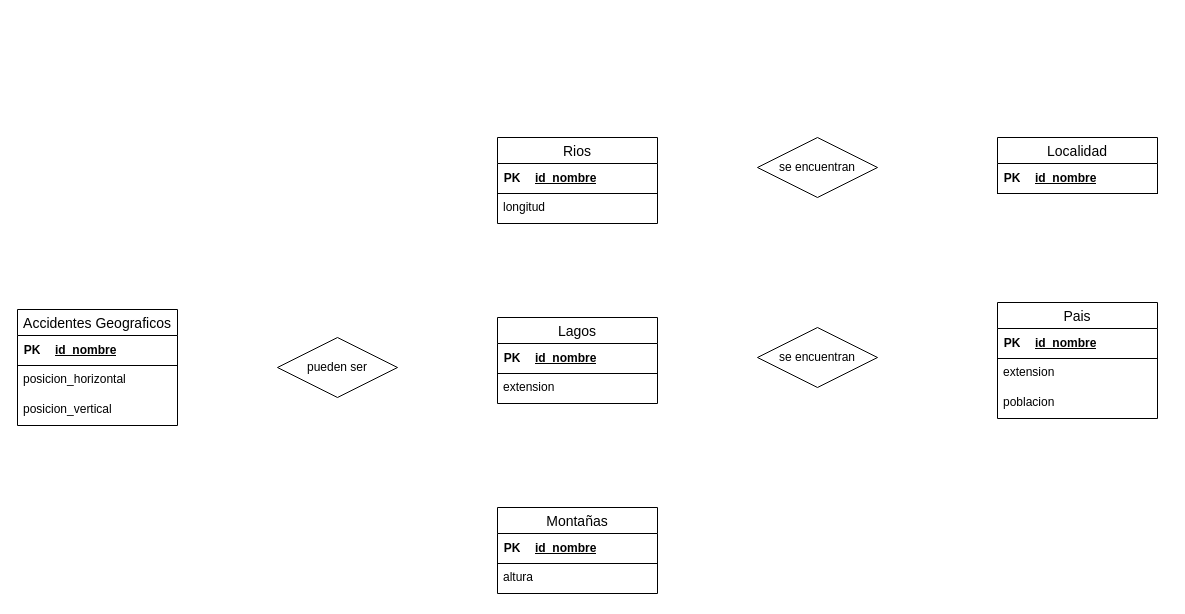
Before: Exercici 11.drawio in Daninuro/diagrames-cvf-dn-mpl-n-11102023, a draw.io diagram. Source tidied: cells renumbered, new cells numbered last; positions are measured from the earlier drawing's top-left corner, leaving out a move shared by most shapes. Both pictures are drawn from the tidied source at 100%, with x=0, y=0 at pixel (17, 137).
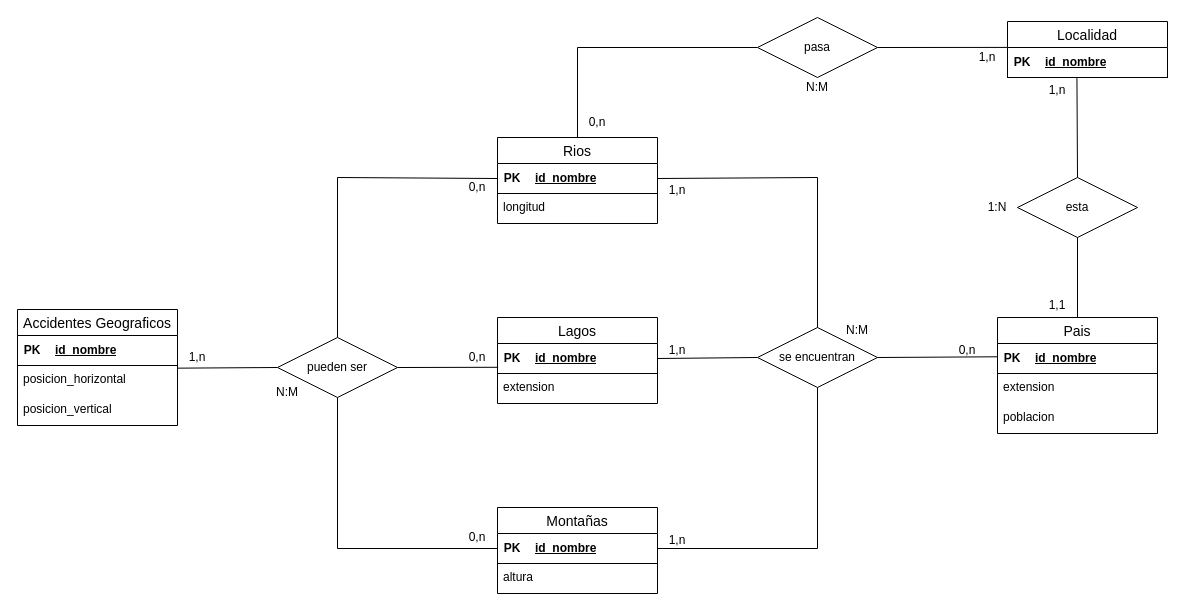
Above is the later version.

Unchanged cells that the change refers to:
```xml
<mxCell id="7" value="posicion_horizontal" style="text;strokeColor=none;fillColor=none;spacingLeft=4;spacingRight=4;overflow=hidden;points=[[0,0.5],[1,0.5]];portConstraint=eastwest;fontSize=12;whiteSpace=wrap;html=1;" parent="2" vertex="1">
  <mxGeometry y="56" width="160" height="30" as="geometry" />
</mxCell>
<mxCell id="9" value="Rios" style="swimlane;fontStyle=0;horizontal=1;startSize=26;align=center;fontSize=14;" parent="1" vertex="1">
  <mxGeometry x="480" width="160" height="86" as="geometry" />
</mxCell>
<mxCell id="11" style="shape=tableRow;horizontal=0;startSize=0;swimlaneHead=0;swimlaneBody=0;fillColor=none;points=[[0,0.5],[1,0.5]];portConstraint=eastwest;top=0;left=0;right=0;bottom=1;" parent="10" vertex="1">
  <mxGeometry width="160" height="30" as="geometry" />
</mxCell>
<mxCell id="17" style="shape=tableRow;horizontal=0;startSize=0;swimlaneHead=0;swimlaneBody=0;fillColor=none;points=[[0,0.5],[1,0.5]];portConstraint=eastwest;top=0;left=0;right=0;bottom=1;" parent="16" vertex="1">
  <mxGeometry width="160" height="30" as="geometry" />
</mxCell>
<mxCell id="23" style="shape=tableRow;horizontal=0;startSize=0;swimlaneHead=0;swimlaneBody=0;fillColor=none;points=[[0,0.5],[1,0.5]];portConstraint=eastwest;top=0;left=0;right=0;bottom=1;" parent="22" vertex="1">
  <mxGeometry width="160" height="30" as="geometry" />
</mxCell>
<mxCell id="29" style="shape=tableRow;horizontal=0;startSize=0;swimlaneHead=0;swimlaneBody=0;fillColor=none;points=[[0,0.5],[1,0.5]];portConstraint=eastwest;top=0;left=0;right=0;bottom=1;" parent="28" vertex="1">
  <mxGeometry width="160" height="30" as="geometry" />
</mxCell>
<mxCell id="36" style="shape=tableRow;horizontal=0;startSize=0;swimlaneHead=0;swimlaneBody=0;fillColor=none;points=[[0,0.5],[1,0.5]];portConstraint=eastwest;top=0;left=0;right=0;bottom=1;" parent="35" vertex="1">
  <mxGeometry width="160" height="30" as="geometry" />
</mxCell>
<mxCell id="39" value="pueden ser" style="shape=rhombus;perimeter=rhombusPerimeter;whiteSpace=wrap;html=1;align=center;" parent="1" vertex="1">
  <mxGeometry x="260" y="200" width="120" height="60" as="geometry" />
</mxCell>
<mxCell id="40" value="se encuentran" style="shape=rhombus;perimeter=rhombusPerimeter;whiteSpace=wrap;html=1;align=center;" parent="1" vertex="1">
  <mxGeometry x="740" y="190" width="120" height="60" as="geometry" />
</mxCell>
```

The edit, as a diff of the source:
```diff
@@
     <mxCell id="27" value="Pais" style="swimlane;fontStyle=0;horizontal=1;startSize=26;align=center;fontSize=14;" parent="1" vertex="1">
-      <mxGeometry x="980" y="165" width="160" height="116" as="geometry" />
+      <mxGeometry x="980" y="180" width="160" height="116" as="geometry" />
     </mxCell>
@@
     <mxCell id="34" value="Localidad" style="swimlane;fontStyle=0;horizontal=1;startSize=26;align=center;fontSize=14;" parent="1" vertex="1">
-      <mxGeometry x="980" width="160" height="56" as="geometry" />
+      <mxGeometry x="990" y="-116" width="160" height="56" as="geometry" />
     </mxCell>
@@
-    <mxCell id="41" value="se encuentran" style="shape=rhombus;perimeter=rhombusPerimeter;whiteSpace=wrap;html=1;align=center;" parent="1" vertex="1">
-      <mxGeometry x="740" width="120" height="60" as="geometry" />
+    <mxCell id="41" value="pasa" style="shape=rhombus;perimeter=rhombusPerimeter;whiteSpace=wrap;html=1;align=center;" parent="1" vertex="1">
+      <mxGeometry x="740" y="-120" width="120" height="60" as="geometry" />
     </mxCell>
+    <mxCell id="42" style="endArrow=none;html=1;rounded=0;entryX=0.999;entryY=0.089;entryDx=0;entryDy=0;exitX=0;exitY=0.5;exitDx=0;exitDy=0;entryPerimeter=0;" parent="1" edge="1" source="39" target="7">
+      <mxGeometry relative="1" as="geometry" />
+    </mxCell>
+    <mxCell id="43" style="endArrow=none;html=1;rounded=0;exitX=1;exitY=0.5;exitDx=0;exitDy=0;entryX=0.004;entryY=0.793;entryDx=0;entryDy=0;entryPerimeter=0;" parent="1" edge="1" source="39" target="17">
+      <mxGeometry relative="1" as="geometry" />
+    </mxCell>
+    <mxCell id="44" style="endArrow=none;html=1;rounded=0;exitX=0;exitY=0.5;exitDx=0;exitDy=0;entryX=1;entryY=0.5;entryDx=0;entryDy=0;" parent="1" edge="1" source="40" target="17">
+      <mxGeometry relative="1" as="geometry" />
+    </mxCell>
+    <mxCell id="45" style="endArrow=none;html=1;rounded=0;exitX=0.5;exitY=1;exitDx=0;exitDy=0;entryX=1;entryY=0.5;entryDx=0;entryDy=0;" parent="1" edge="1" source="40" target="23">
+      <mxGeometry relative="1" as="geometry">
+        <Array as="points">
+          <mxPoint x="800" y="411" />
+        </Array>
+      </mxGeometry>
+    </mxCell>
+    <mxCell id="46" style="endArrow=none;html=1;rounded=0;exitX=0.5;exitY=0;exitDx=0;exitDy=0;entryX=1;entryY=0.5;entryDx=0;entryDy=0;" parent="1" edge="1" source="40" target="11">
+      <mxGeometry relative="1" as="geometry">
+        <Array as="points">
+          <mxPoint x="800" y="40" />
+        </Array>
+      </mxGeometry>
+    </mxCell>
+    <mxCell id="47" style="endArrow=none;html=1;rounded=0;entryX=-0.001;entryY=0.443;entryDx=0;entryDy=0;exitX=1;exitY=0.5;exitDx=0;exitDy=0;entryPerimeter=0;" parent="1" edge="1" source="40" target="29">
+      <mxGeometry relative="1" as="geometry" />
+    </mxCell>
+    <mxCell id="48" value="esta" style="shape=rhombus;perimeter=rhombusPerimeter;whiteSpace=wrap;html=1;align=center;" parent="1" vertex="1">
+      <mxGeometry x="1000" y="40" width="120" height="60" as="geometry" />
+    </mxCell>
+    <mxCell id="49" style="endArrow=none;html=1;rounded=0;entryX=0.5;entryY=0;entryDx=0;entryDy=0;exitX=0.434;exitY=1.021;exitDx=0;exitDy=0;exitPerimeter=0;" parent="1" edge="1" source="36" target="48">
+      <mxGeometry relative="1" as="geometry" />
+    </mxCell>
+    <mxCell id="50" style="endArrow=none;html=1;rounded=0;entryX=0.5;entryY=0;entryDx=0;entryDy=0;exitX=0.5;exitY=1;exitDx=0;exitDy=0;" parent="1" edge="1" source="48" target="27">
+      <mxGeometry relative="1" as="geometry" />
+    </mxCell>
+    <mxCell id="51" value="1,n" style="text;html=1;strokeColor=none;fillColor=none;align=center;verticalAlign=middle;whiteSpace=wrap;rounded=0;" parent="1" vertex="1">
+      <mxGeometry x="150" y="205" width="60" height="30" as="geometry" />
+    </mxCell>
+    <mxCell id="52" value="N:M" style="text;html=1;strokeColor=none;fillColor=none;align=center;verticalAlign=middle;whiteSpace=wrap;rounded=0;" parent="1" vertex="1">
+      <mxGeometry x="240" y="240" width="60" height="30" as="geometry" />
+    </mxCell>
+    <mxCell id="53" value="0,n" style="text;html=1;strokeColor=none;fillColor=none;align=center;verticalAlign=middle;whiteSpace=wrap;rounded=0;" parent="1" vertex="1">
+      <mxGeometry x="430" y="205" width="60" height="30" as="geometry" />
+    </mxCell>
+    <mxCell id="54" value="1,n" style="text;html=1;strokeColor=none;fillColor=none;align=center;verticalAlign=middle;whiteSpace=wrap;rounded=0;" parent="1" vertex="1">
+      <mxGeometry x="630" y="40" width="60" height="25" as="geometry" />
+    </mxCell>
+    <mxCell id="55" value="1,n" style="text;html=1;strokeColor=none;fillColor=none;align=center;verticalAlign=middle;whiteSpace=wrap;rounded=0;" parent="1" vertex="1">
+      <mxGeometry x="630" y="200" width="60" height="25" as="geometry" />
+    </mxCell>
+    <mxCell id="56" value="1,n" style="text;html=1;strokeColor=none;fillColor=none;align=center;verticalAlign=middle;whiteSpace=wrap;rounded=0;" parent="1" vertex="1">
+      <mxGeometry x="630" y="390" width="60" height="25" as="geometry" />
+    </mxCell>
+    <mxCell id="57" value="0,n" style="text;html=1;strokeColor=none;fillColor=none;align=center;verticalAlign=middle;whiteSpace=wrap;rounded=0;" parent="1" vertex="1">
+      <mxGeometry x="920" y="200" width="60" height="25" as="geometry" />
+    </mxCell>
+    <mxCell id="58" value="1,n" style="text;html=1;strokeColor=none;fillColor=none;align=center;verticalAlign=middle;whiteSpace=wrap;rounded=0;" parent="1" vertex="1">
+      <mxGeometry x="1010" y="-60" width="60" height="25" as="geometry" />
+    </mxCell>
+    <mxCell id="59" value="1:N" style="text;html=1;strokeColor=none;fillColor=none;align=center;verticalAlign=middle;whiteSpace=wrap;rounded=0;" parent="1" vertex="1">
+      <mxGeometry x="950" y="57.5" width="60" height="25" as="geometry" />
+    </mxCell>
+    <mxCell id="60" value="1,1" style="text;html=1;strokeColor=none;fillColor=none;align=center;verticalAlign=middle;whiteSpace=wrap;rounded=0;" parent="1" vertex="1">
+      <mxGeometry x="1010" y="155" width="60" height="25" as="geometry" />
+    </mxCell>
+    <mxCell id="61" value="N:M" style="text;html=1;strokeColor=none;fillColor=none;align=center;verticalAlign=middle;whiteSpace=wrap;rounded=0;" parent="1" vertex="1">
+      <mxGeometry x="810" y="180" width="60" height="25" as="geometry" />
+    </mxCell>
+    <mxCell id="62" style="endArrow=none;html=1;rounded=0;exitX=0.5;exitY=0;exitDx=0;exitDy=0;entryX=0;entryY=0.5;entryDx=0;entryDy=0;" parent="1" edge="1" source="39" target="11">
+      <mxGeometry relative="1" as="geometry">
+        <Array as="points">
+          <mxPoint x="320" y="40" />
+        </Array>
+      </mxGeometry>
+    </mxCell>
+    <mxCell id="63" style="endArrow=none;html=1;rounded=0;exitX=0.5;exitY=1;exitDx=0;exitDy=0;entryX=0;entryY=0.5;entryDx=0;entryDy=0;" parent="1" edge="1" source="39" target="23">
+      <mxGeometry relative="1" as="geometry">
+        <Array as="points">
+          <mxPoint x="320" y="411" />
+        </Array>
+      </mxGeometry>
+    </mxCell>
+    <mxCell id="64" value="0,n" style="text;html=1;strokeColor=none;fillColor=none;align=center;verticalAlign=middle;whiteSpace=wrap;rounded=0;" parent="1" vertex="1">
+      <mxGeometry x="430" y="35" width="60" height="30" as="geometry" />
+    </mxCell>
+    <mxCell id="65" value="0,n" style="text;html=1;strokeColor=none;fillColor=none;align=center;verticalAlign=middle;whiteSpace=wrap;rounded=0;" parent="1" vertex="1">
+      <mxGeometry x="430" y="385" width="60" height="30" as="geometry" />
+    </mxCell>
+    <mxCell id="66" style="endArrow=none;html=1;rounded=0;entryX=0;entryY=0.5;entryDx=0;entryDy=0;exitX=0.5;exitY=0;exitDx=0;exitDy=0;" parent="1" edge="1" source="9" target="41">
+      <mxGeometry relative="1" as="geometry">
+        <Array as="points">
+          <mxPoint x="560" y="-90" />
+        </Array>
+      </mxGeometry>
+    </mxCell>
+    <mxCell id="67" style="endArrow=none;html=1;rounded=0;exitX=1;exitY=0.5;exitDx=0;exitDy=0;entryX=-0.002;entryY=-0.003;entryDx=0;entryDy=0;entryPerimeter=0;" parent="1" edge="1" source="41" target="36">
+      <mxGeometry relative="1" as="geometry" />
+    </mxCell>
+    <mxCell id="68" value="0,n" style="text;html=1;strokeColor=none;fillColor=none;align=center;verticalAlign=middle;whiteSpace=wrap;rounded=0;" parent="1" vertex="1">
+      <mxGeometry x="550" y="-30" width="60" height="30" as="geometry" />
+    </mxCell>
+    <mxCell id="69" value="N:M" style="text;html=1;strokeColor=none;fillColor=none;align=center;verticalAlign=middle;whiteSpace=wrap;rounded=0;" parent="1" vertex="1">
+      <mxGeometry x="770" y="-65" width="60" height="30" as="geometry" />
+    </mxCell>
+    <mxCell id="70" value="1,n" style="text;html=1;strokeColor=none;fillColor=none;align=center;verticalAlign=middle;whiteSpace=wrap;rounded=0;" parent="1" vertex="1">
+      <mxGeometry x="940" y="-95" width="60" height="30" as="geometry" />
+    </mxCell>
```
